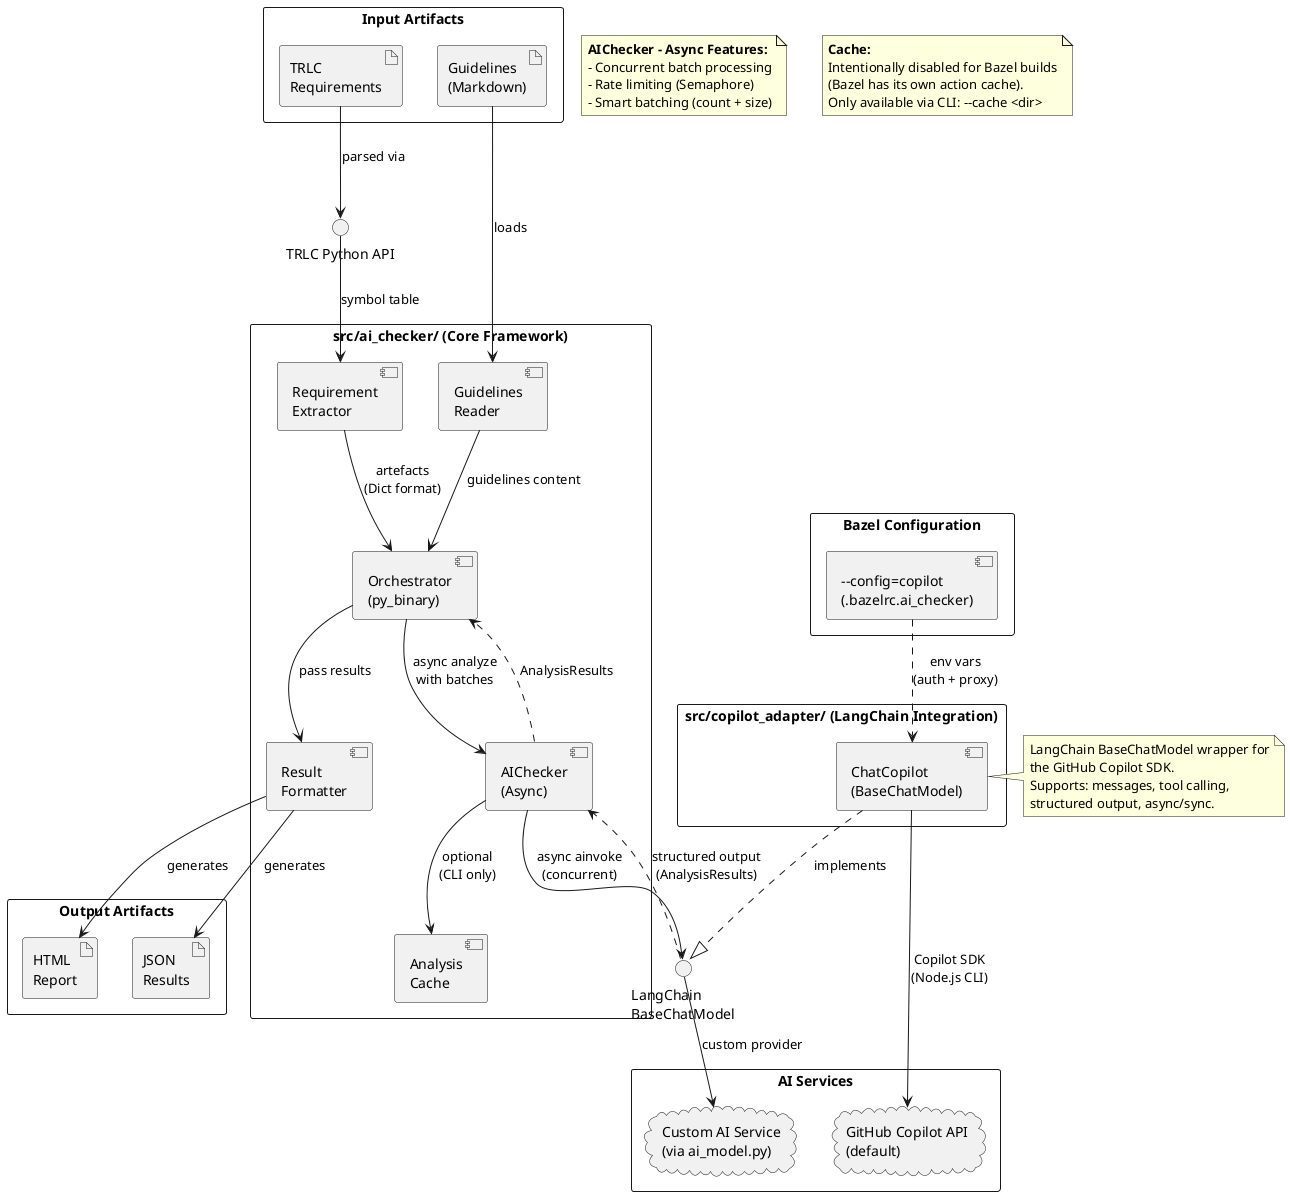
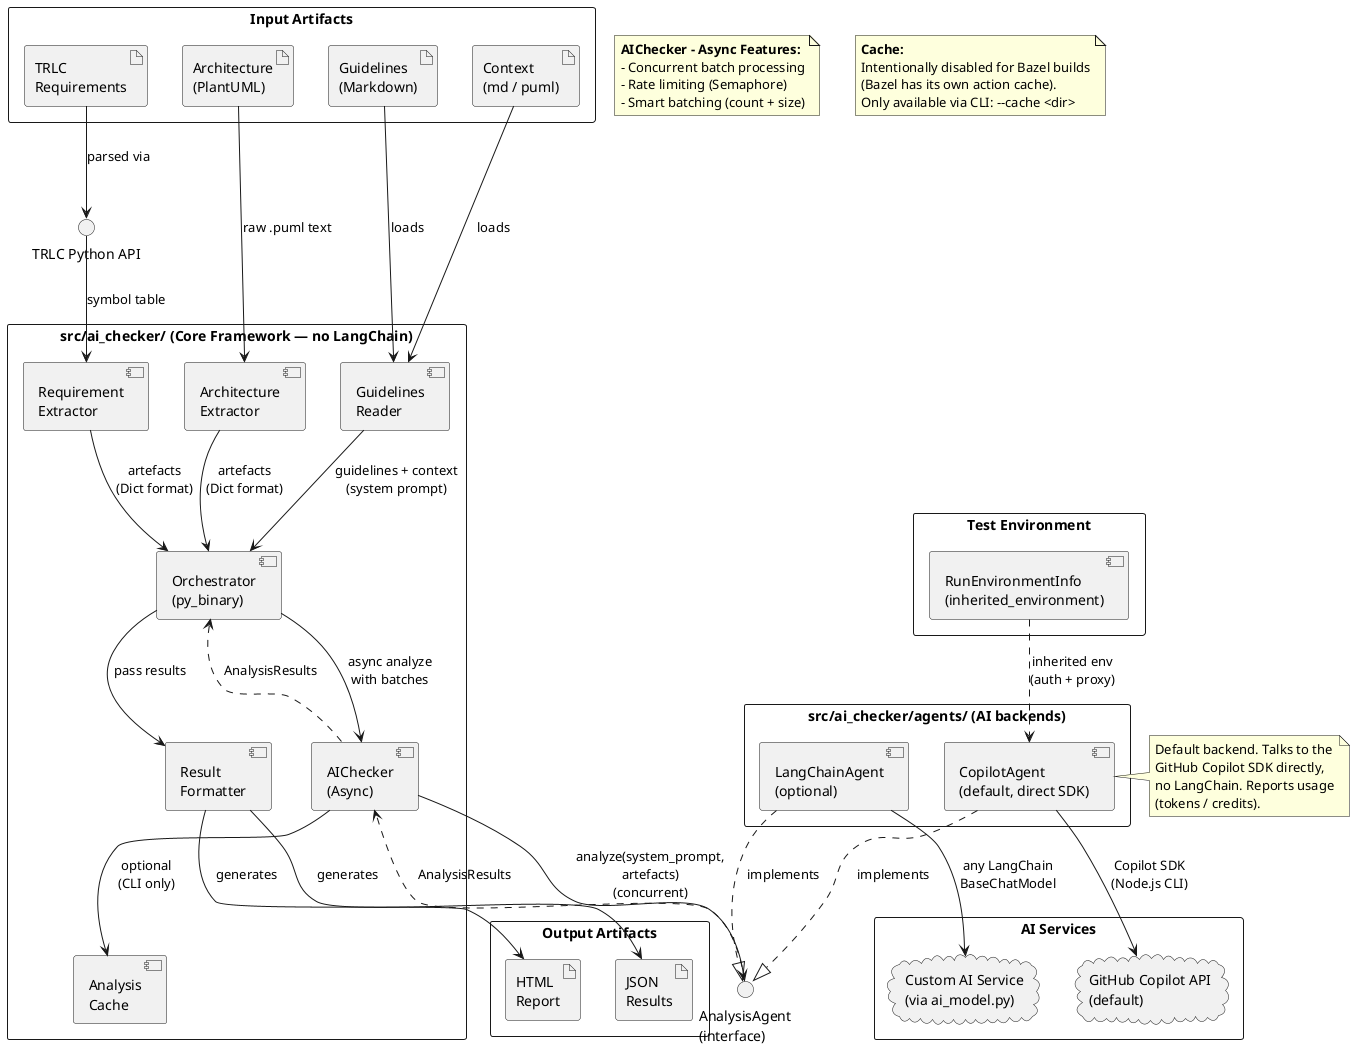
' *******************************************************************************
' Copyright (c) 2026 Contributors to the Eclipse Foundation
'
' See the NOTICE file(s) distributed with this work for additional
' information regarding copyright ownership.
'
' This program and the accompanying materials are made available under the
' terms of the Apache License Version 2.0 which is available at
' https://www.apache.org/licenses/LICENSE-2.0
'
' SPDX-License-Identifier: Apache-2.0
' *******************************************************************************

@startuml

skinparam packageStyle rectangle

interface "TRLC Python API" as TRLCAPI
- interface "LangChain\nBaseChatModel" as LangChain
+ interface "AnalysisAgent\n(interface)" as Agent

package "Input Artifacts" {
    artifact "TRLC\nRequirements" as ReqFile
+     artifact "Architecture\n(PlantUML)" as PumlFile
    artifact "Guidelines\n(Markdown)" as GuideFile
+     artifact "Context\n(md / puml)" as ContextFile
}

- package "src/ai_checker/ (Core Framework)" as CorePkg {
+ package "src/ai_checker/ (Core Framework — no LangChain)" as CorePkg {
    component "Orchestrator\n(py_binary)" as Orchestrator
    component "AIChecker\n(Async)" as AIChecker
    component "Requirement\nExtractor" as Extractor
+     component "Architecture\nExtractor" as ArchExtractor
    component "Result\nFormatter" as Formatter
    component "Guidelines\nReader" as GReader
    component "Analysis\nCache" as Cache
}

- package "src/copilot_adapter/ (LangChain Integration)" as LangChainPkg {
-     component "ChatCopilot\n(BaseChatModel)" as ChatCopilot
+ package "src/ai_checker/agents/ (AI backends)" as AdapterPkg {
+     component "CopilotAgent\n(default, direct SDK)" as CopilotAgent
+     component "LangChainAgent\n(optional)" as LCAgent
}
- 
- 

package "Output Artifacts" {
    artifact "HTML\nReport" as HtmlReport
    artifact "JSON\nResults" as JsonResults
}

package "AI Services" {
    cloud "GitHub Copilot API\n(default)" as CopilotAPI
    cloud "Custom AI Service\n(via ai_model.py)" as CustomCloud
}

- package "Bazel Configuration" {
-     component "--config=copilot\n(.bazelrc.ai_checker)" as CopilotConfig
+ package "Test Environment" {
+     component "RunEnvironmentInfo\n(inherited_environment)" as CopilotConfig
}

ReqFile --> TRLCAPI: parsed via
TRLCAPI --> Extractor: symbol table
+ PumlFile --> ArchExtractor: raw .puml text
Extractor --> Orchestrator: artefacts\n(Dict format)
+ ArchExtractor --> Orchestrator: artefacts\n(Dict format)
GuideFile --> GReader: loads
- GReader --> Orchestrator: guidelines content
+ ContextFile --> GReader: loads
+ GReader --> Orchestrator: guidelines + context\n(system prompt)

Orchestrator --> AIChecker: async analyze\nwith batches
AIChecker --> Cache: optional\n(CLI only)

- AIChecker --> LangChain: async ainvoke\n(concurrent)
- ChatCopilot ..|> LangChain: implements
- ChatCopilot --> CopilotAPI: Copilot SDK\n(Node.js CLI)
+ AIChecker --> Agent: analyze(system_prompt,\nartefacts)\n(concurrent)
+ CopilotAgent ..|> Agent: implements
+ LCAgent ..|> Agent: implements
+ CopilotAgent --> CopilotAPI: Copilot SDK\n(Node.js CLI)
+ LCAgent --> CustomCloud: any LangChain\nBaseChatModel

- LangChain --> CustomCloud: custom provider
- 
- LangChain ..> AIChecker: structured output\n(AnalysisResults)
+ Agent ..> AIChecker: AnalysisResults
AIChecker ..> Orchestrator: AnalysisResults

Orchestrator --> Formatter: pass results
Formatter --> HtmlReport: generates
Formatter --> JsonResults: generates

- CopilotConfig ..> ChatCopilot: env vars\n(auth + proxy)
+ CopilotConfig ..> CopilotAgent: inherited env\n(auth + proxy)

- note right of ChatCopilot
-   LangChain BaseChatModel wrapper for
-   the GitHub Copilot SDK.
-   Supports: messages, tool calling,
-   structured output, async/sync.
+ note right of CopilotAgent
+   Default backend. Talks to the
+   GitHub Copilot SDK directly,
+   no LangChain. Reports usage
+   (tokens / credits).
end note

note as N1
  **AIChecker - Async Features:**
  - Concurrent batch processing
  - Rate limiting (Semaphore)
  - Smart batching (count + size)
end note

note as N2
  **Cache:**
  Intentionally disabled for Bazel builds
  (Bazel has its own action cache).
  Only available via CLI: --cache <dir>
end note

@enduml
